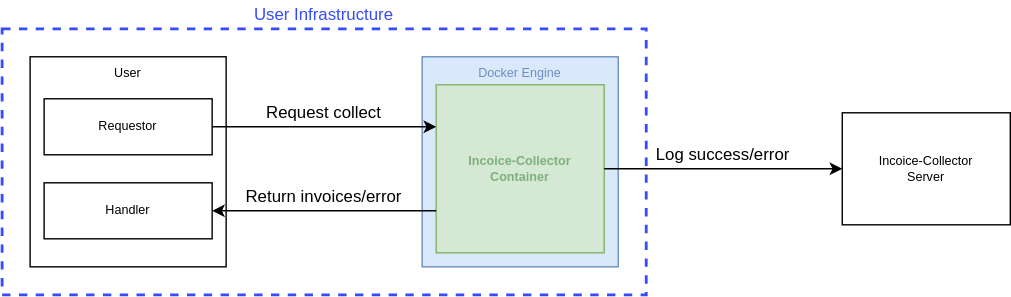
Before: docs/docs/sequence_diagram/infra.svg, a diagram exported from draw.io (invoice-collector/website). Source tidied: cells renumbered, new cells last; positions are measured from the earlier drawing's top-left corner, leaving out a move shared by most shapes.
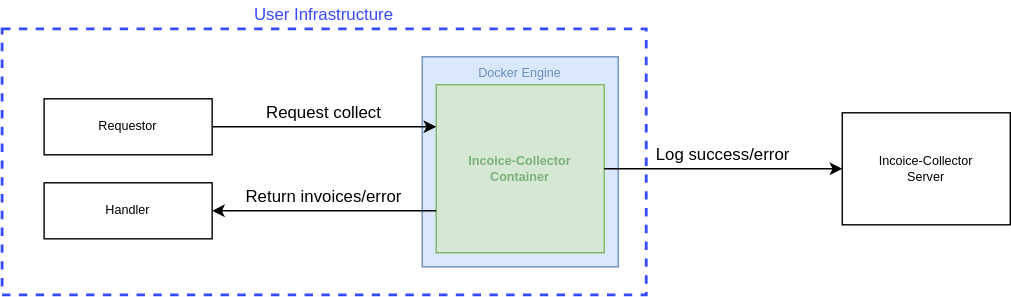
After the change.

Change to the diagram source:
```diff
@@ -5,9 +5,6 @@
     <mxCell id="2" style="whiteSpace=wrap;html=1;fillColor=none;strokeColor=#364AFF;rounded=0;arcSize=8;dashed=1;strokeWidth=2;" parent="1" vertex="1">
       <mxGeometry y="20" width="460" height="190" as="geometry" />
     </mxCell>
-    <mxCell id="3" value="User" style="rounded=0;whiteSpace=wrap;html=1;fontSize=9;verticalAlign=top;" parent="1" vertex="1">
-      <mxGeometry x="20" y="40" width="140" height="150" as="geometry" />
-    </mxCell>
     <mxCell id="4" value="&lt;font style=&quot;&quot; color=&quot;#6c8ebf&quot;&gt;Docker Engine&lt;/font&gt;" style="rounded=0;whiteSpace=wrap;html=1;fontSize=9;fillColor=#dae8fc;strokeColor=#6c8ebf;verticalAlign=top;" parent="1" vertex="1">
       <mxGeometry x="300" y="40" width="140" height="150" as="geometry" />
     </mxCell>
```
